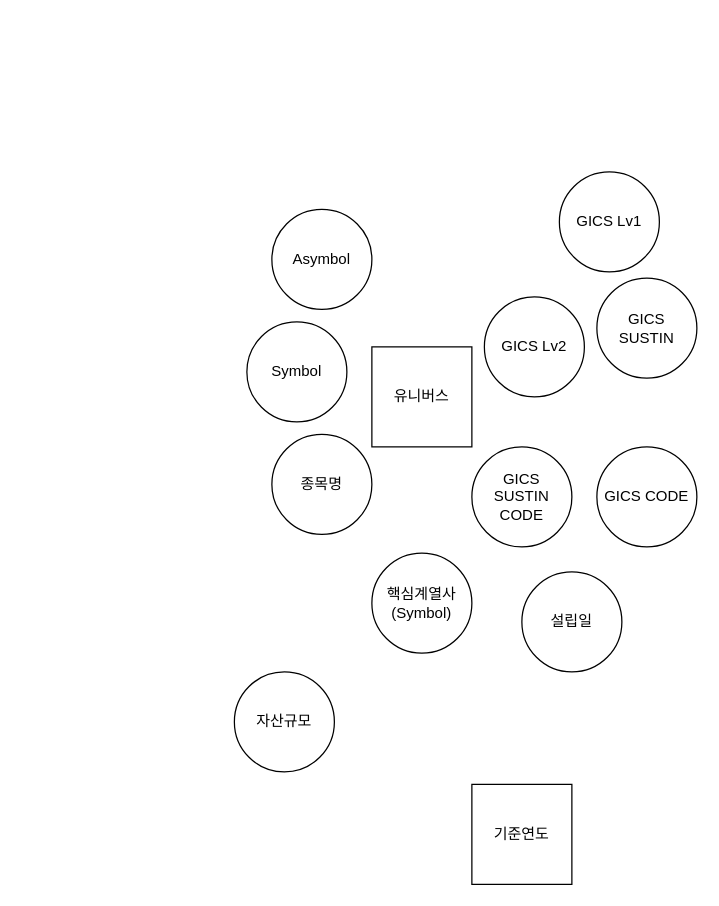
Above: Untitled Diagram.drawio in zhilangtaosha/ESG_DataBase (draw.io), before the change. Source tidied: cells renumbered, new cells numbered last; positions are measured from the earlier drawing's top-left corner, leaving out a move shared by most shapes. Both pictures are drawn from the tidied source at 125%, with x=0, y=0 at pixel (234, 171).
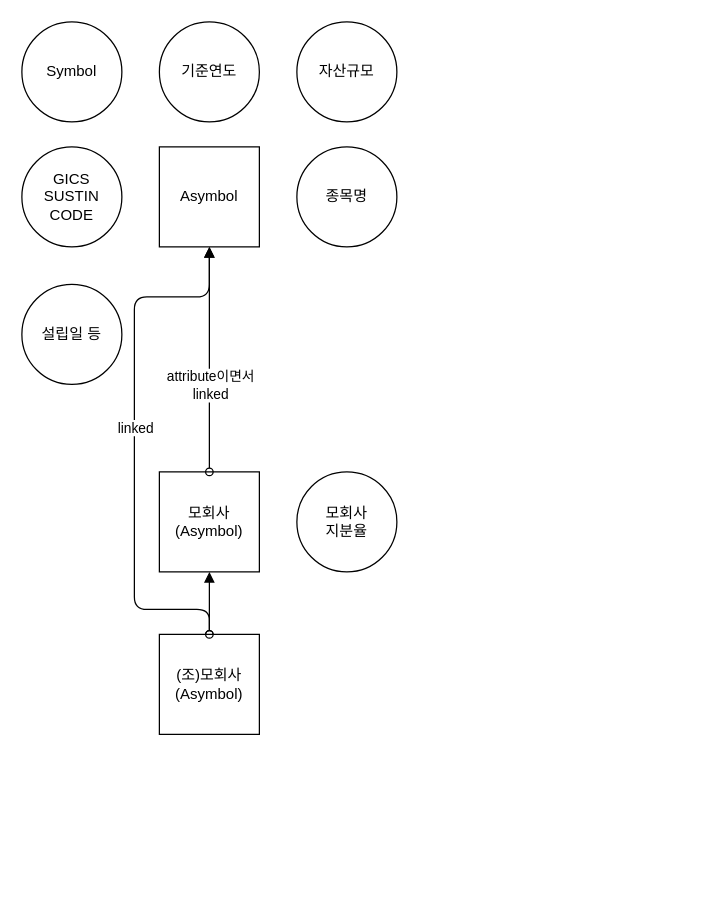
After the change.

The edit, as a diff of the source:
```diff
@@
-    <mxCell id="2" value="유니버스" style="whiteSpace=wrap;html=1;" parent="1" vertex="1">
-      <mxGeometry x="110" y="140" width="80" height="80" as="geometry" />
+    <mxCell id="2" value="Asymbol" style="whiteSpace=wrap;html=1;" parent="1" vertex="1">
+      <mxGeometry x="-60" y="-20" width="80" height="80" as="geometry" />
     </mxCell>
-    <mxCell id="3" value="Asymbol" style="ellipse;whiteSpace=wrap;html=1;" parent="1" vertex="1">
-      <mxGeometry x="30" y="30" width="80" height="80" as="geometry" />
-    </mxCell>
     <mxCell id="4" value="Symbol" style="ellipse;whiteSpace=wrap;html=1;" parent="1" vertex="1">
-      <mxGeometry x="10" y="120" width="80" height="80" as="geometry" />
+      <mxGeometry x="-170" y="-120" width="80" height="80" as="geometry" />
     </mxCell>
     <mxCell id="5" value="종목명" style="ellipse;whiteSpace=wrap;html=1;" parent="1" vertex="1">
-      <mxGeometry x="30" y="210" width="80" height="80" as="geometry" />
+      <mxGeometry x="50" y="-20" width="80" height="80" as="geometry" />
     </mxCell>
-    <mxCell id="6" value="GICS Lv1" style="ellipse;whiteSpace=wrap;html=1;" parent="1" vertex="1">
-      <mxGeometry x="260" width="80" height="80" as="geometry" />
-    </mxCell>
-    <mxCell id="7" value="GICS Lv2" style="ellipse;whiteSpace=wrap;html=1;" parent="1" vertex="1">
-      <mxGeometry x="200" y="100" width="80" height="80" as="geometry" />
-    </mxCell>
-    <mxCell id="8" value="GICS CODE" style="ellipse;whiteSpace=wrap;html=1;" parent="1" vertex="1">
-      <mxGeometry x="290" y="220" width="80" height="80" as="geometry" />
-    </mxCell>
-    <mxCell id="9" value="GICS&lt;br&gt;SUSTIN" style="ellipse;whiteSpace=wrap;html=1;" parent="1" vertex="1">
-      <mxGeometry x="290" y="85" width="80" height="80" as="geometry" />
-    </mxCell>
     <mxCell id="10" value="GICS&lt;br&gt;SUSTIN&lt;br&gt;CODE" style="ellipse;whiteSpace=wrap;html=1;" parent="1" vertex="1">
-      <mxGeometry x="190" y="220" width="80" height="80" as="geometry" />
+      <mxGeometry x="-170" y="-20" width="80" height="80" as="geometry" />
     </mxCell>
-    <mxCell id="11" value="핵심계열사&lt;br&gt;(Symbol)" style="ellipse;whiteSpace=wrap;html=1;" parent="1" vertex="1">
-      <mxGeometry x="110" y="305" width="80" height="80" as="geometry" />
+    <mxCell id="11" value="모회사&lt;br&gt;지분율" style="ellipse;whiteSpace=wrap;html=1;" parent="1" vertex="1">
+      <mxGeometry x="50" y="240" width="80" height="80" as="geometry" />
     </mxCell>
     <mxCell id="12" value="자산규모" style="ellipse;whiteSpace=wrap;html=1;" parent="1" vertex="1">
-      <mxGeometry y="400" width="80" height="80" as="geometry" />
+      <mxGeometry x="50" y="-120" width="80" height="80" as="geometry" />
     </mxCell>
-    <mxCell id="13" value="설립일" style="ellipse;whiteSpace=wrap;html=1;" parent="1" vertex="1">
-      <mxGeometry x="230" y="320" width="80" height="80" as="geometry" />
+    <mxCell id="13" value="설립일 등" style="ellipse;whiteSpace=wrap;html=1;" parent="1" vertex="1">
+      <mxGeometry x="-170" y="90" width="80" height="80" as="geometry" />
     </mxCell>
-    <mxCell id="14" value="기준연도" style="whiteSpace=wrap;html=1;direction=south;" parent="1" vertex="1">
-      <mxGeometry x="190" y="490" width="80" height="80" as="geometry" />
+    <mxCell id="14" value="기준연도" style="ellipse;whiteSpace=wrap;html=1;" parent="1" vertex="1">
+      <mxGeometry x="-60" y="-120" width="80" height="80" as="geometry" />
     </mxCell>
+    <mxCell id="15" style="edgeStyle=orthogonalEdgeStyle;rounded=0;jettySize=auto;html=1;exitX=0.5;exitY=1;exitDx=0;exitDy=0;endArrow=oval;endFill=0;startArrow=block;startFill=1;" parent="1" edge="1" source="16">
+      <mxGeometry relative="1" as="geometry">
+        <mxPoint x="-20" y="370" as="targetPoint" />
+      </mxGeometry>
+    </mxCell>
+    <mxCell id="16" value="모회사&lt;br&gt;(Asymbol)" style="whiteSpace=wrap;html=1;" parent="1" vertex="1">
+      <mxGeometry x="-60" y="240" width="80" height="80" as="geometry" />
+    </mxCell>
+    <mxCell id="17" style="endArrow=oval;startArrow=block;endFill=0;startFill=1;html=1;exitX=0.5;exitY=1;exitDx=0;exitDy=0;entryX=0.5;entryY=0;entryDx=0;entryDy=0;" parent="1" edge="1" source="2" target="16">
+      <mxGeometry relative="1" as="geometry" />
+    </mxCell>
+    <mxCell id="18" value="attribute이면서&lt;br&gt;linked" style="edgeLabel;html=1;align=center;verticalAlign=middle;" parent="17" vertex="1">
+      <mxGeometry x="-0.26" y="-2" relative="1" as="geometry">
+        <mxPoint x="2" y="43" as="offset" />
+      </mxGeometry>
+    </mxCell>
+    <mxCell id="19" value="(조)모회사&lt;br&gt;(Asymbol)" style="whiteSpace=wrap;html=1;" parent="1" vertex="1">
+      <mxGeometry x="-60" y="370" width="80" height="80" as="geometry" />
+    </mxCell>
+    <mxCell id="20" style="endArrow=oval;startArrow=block;endFill=0;startFill=1;html=1;exitX=0.5;exitY=1;exitDx=0;exitDy=0;edgeStyle=orthogonalEdgeStyle;" parent="1" edge="1" source="2" target="19">
+      <mxGeometry relative="1" as="geometry">
+        <Array as="points">
+          <mxPoint x="-20" y="100" />
+          <mxPoint x="-80" y="100" />
+          <mxPoint x="-80" y="350" />
+          <mxPoint x="-20" y="350" />
+        </Array>
+      </mxGeometry>
+    </mxCell>
+    <mxCell id="21" value="linked" style="edgeLabel;html=1;align=center;verticalAlign=middle;" parent="20" vertex="1">
+      <mxGeometry x="-0.05" relative="1" as="geometry" />
+    </mxCell>
```
